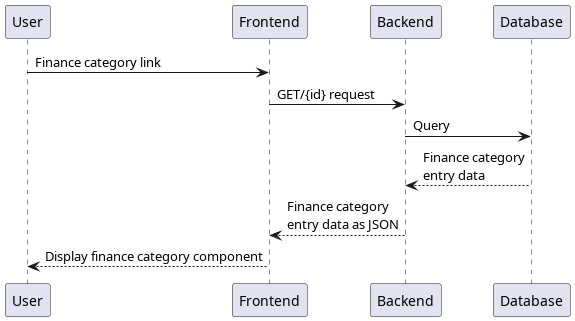
Above: docs/out/docs/Sequences/Fetch single finance category.png in Toby-Rea/planner (PlantUML), before the change. The source it was exported from:
```plantuml
@startuml Fetch single finance category
participant User as u
participant Frontend as fe
participant Backend as be
participant Database as db

u -> fe: Finance category link
fe -> be: GET/{id} request
be -> db: Query
be <-- db: Finance category\nentry data
fe <-- be: Finance category\nentry data as JSON
u <-- fe: Display finance category component
@enduml
```
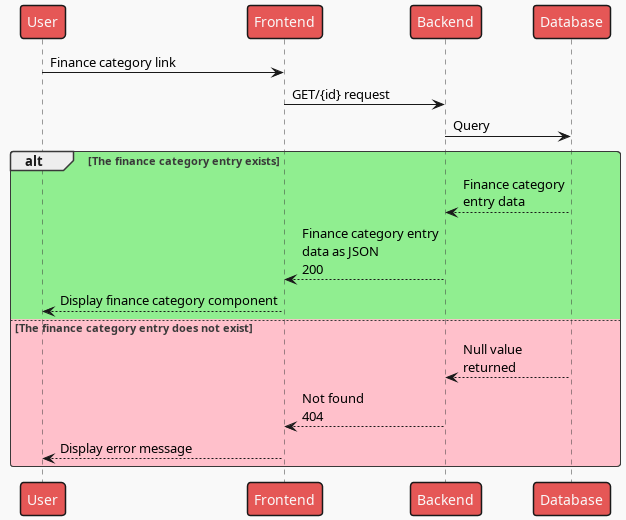
Later version of the same file.

Diff of the diagram source:
```diff
@@ -1,4 +1,5 @@
 @startuml Fetch single finance category
+!theme mars
 participant User as u
 participant Frontend as fe
 participant Backend as be
@@ -7,7 +8,14 @@
 u -> fe: Finance category link
 fe -> be: GET/{id} request
 be -> db: Query
-be <-- db: Finance category\nentry data
-fe <-- be: Finance category\nentry data as JSON
-u <-- fe: Display finance category component
+
+alt #LightGreen The finance category entry exists
+    be <-- db: Finance category\nentry data
+    fe <-- be: Finance category entry\ndata as JSON\n200
+    u <-- fe: Display finance category component
+else #Pink The finance category entry does not exist
+    be <-- db: Null value\nreturned
+    fe <-- be: Not found\n404
+    u <-- fe: Display error message
+end
 @enduml
```
